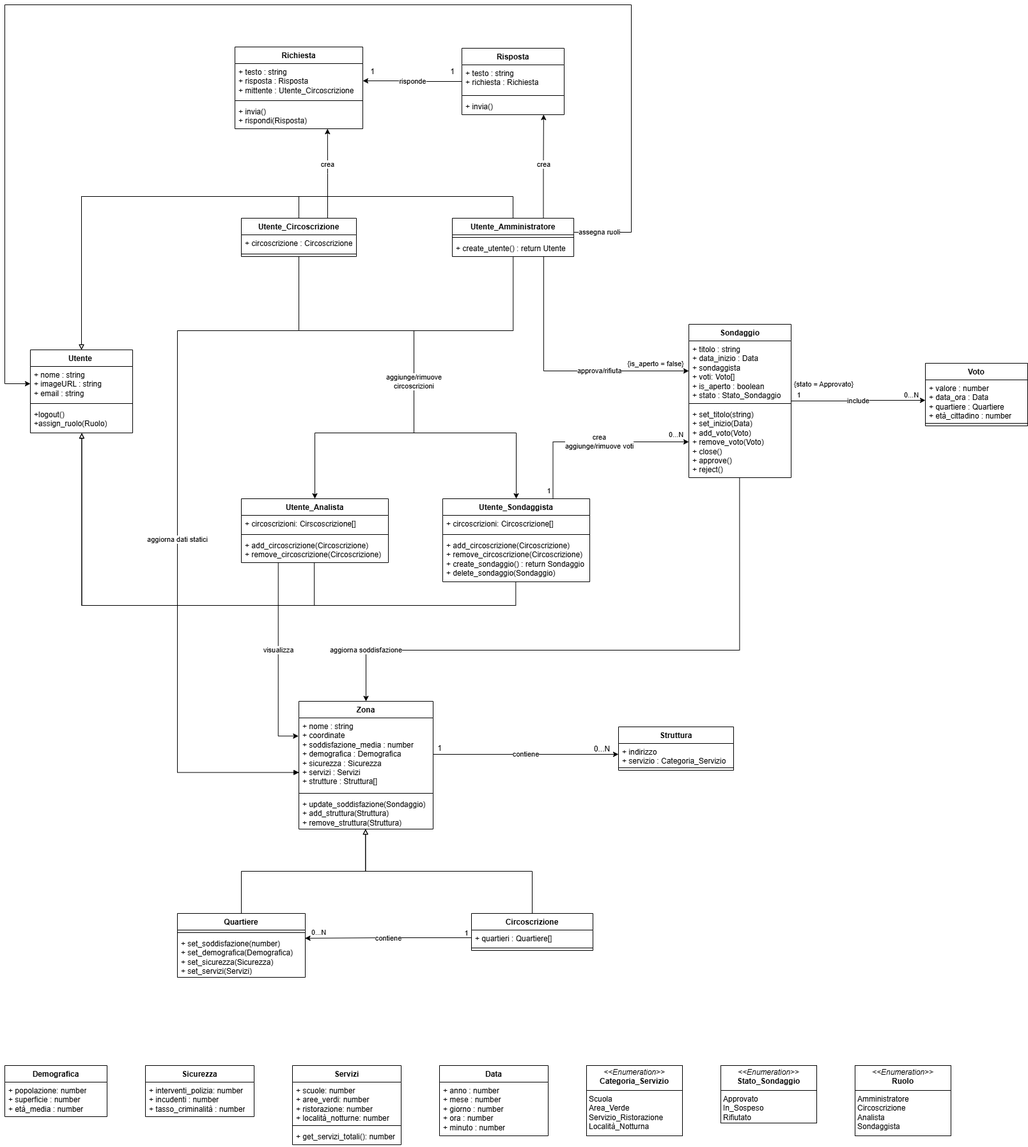
The draw.io diagram deliverable/images/ClassDiagram/ClassDiagram.drawio.png in lucafano04/progettoIngenieriaSoftware, before a commit. Source tidied: cells renumbered, new cells last; positions are measured from the earlier drawing's top-left corner, leaving out a move shared by most shapes.
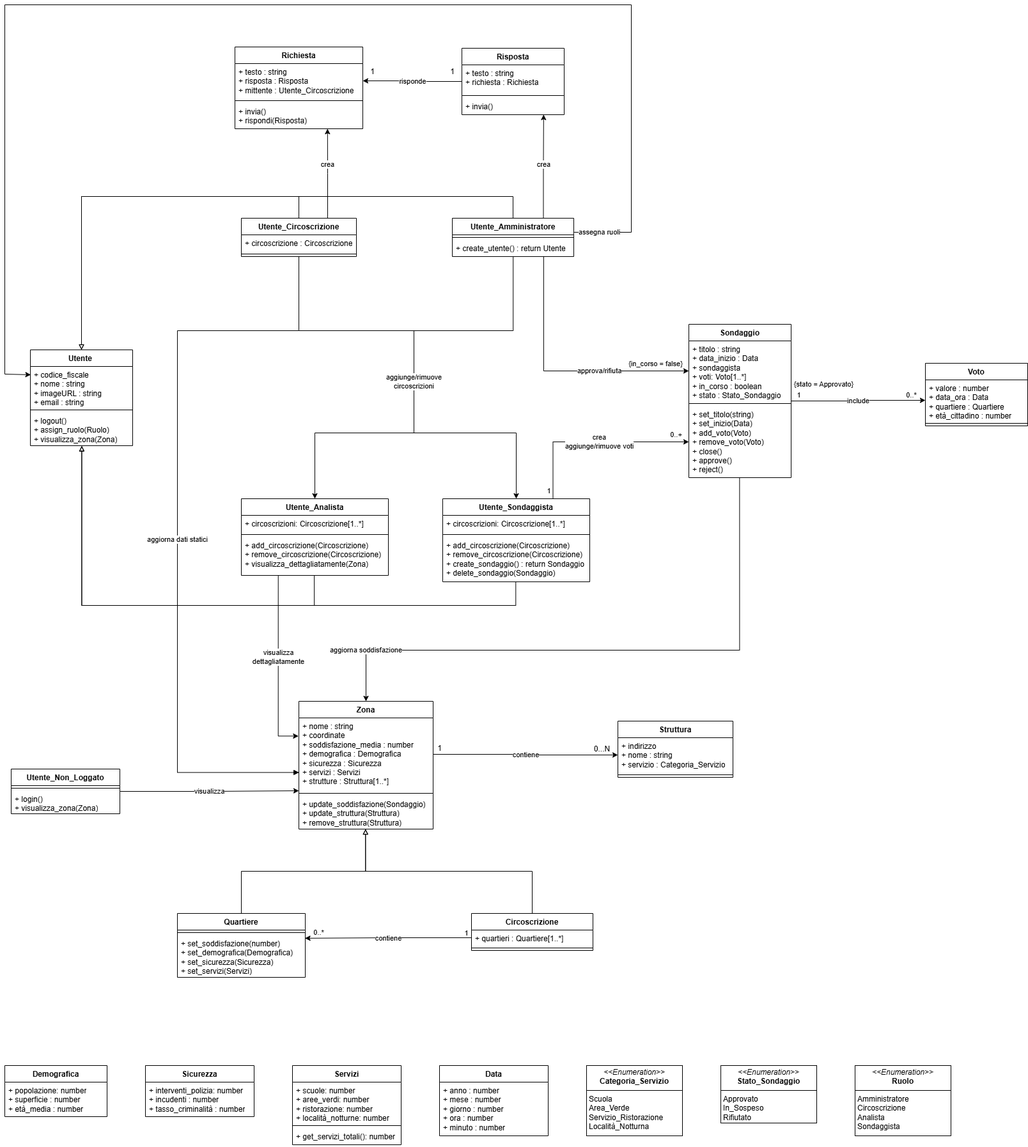
After the change.

Change to the diagram source:
```diff
@@ -27,21 +27,21 @@
       </mxGeometry>
     </mxCell>
     <mxCell id="5" value="Utente&amp;nbsp;" style="swimlane;fontStyle=1;align=center;verticalAlign=top;horizontal=1;startSize=26;whiteSpace=wrap;html=1;" parent="1" vertex="1">
-      <mxGeometry x="40" y="540" width="160" height="130" as="geometry" />
+      <mxGeometry x="40" y="540" width="160" height="150" as="geometry" />
     </mxCell>
-    <mxCell id="6" value="&lt;div&gt;+ nome : string&lt;/div&gt;+ imageURL : string&lt;div&gt;+ email : string&lt;/div&gt;" style="text;strokeColor=none;fillColor=none;align=left;verticalAlign=top;spacingLeft=4;spacingRight=4;overflow=hidden;points=[[0,0.5],[1,0.5]];portConstraint=eastwest;whiteSpace=wrap;html=1;" parent="5" vertex="1">
-      <mxGeometry y="26" width="160" height="54" as="geometry" />
+    <mxCell id="6" value="&lt;div&gt;+ codice_fiscale&lt;/div&gt;&lt;div&gt;+ nome : string&lt;/div&gt;+ imageURL : string&lt;div&gt;+ email : string&lt;/div&gt;" style="text;strokeColor=none;fillColor=none;align=left;verticalAlign=top;spacingLeft=4;spacingRight=4;overflow=hidden;points=[[0,0.5],[1,0.5]];portConstraint=eastwest;whiteSpace=wrap;html=1;" parent="5" vertex="1">
+      <mxGeometry y="26" width="160" height="64" as="geometry" />
     </mxCell>
     <mxCell id="7" style="line;strokeWidth=1;fillColor=none;align=left;verticalAlign=middle;spacingTop=-1;spacingLeft=3;spacingRight=3;labelPosition=right;strokeColor=inherit;" parent="5" vertex="1">
-      <mxGeometry y="80" width="160" height="8" as="geometry" />
+      <mxGeometry y="90" width="160" height="8" as="geometry" />
     </mxCell>
-    <mxCell id="8" value="+logout()&lt;div&gt;+assign_ruolo(Ruolo)&lt;/div&gt;" style="text;strokeColor=none;fillColor=none;align=left;verticalAlign=top;spacingLeft=4;spacingRight=4;overflow=hidden;points=[[0,0.5],[1,0.5]];portConstraint=eastwest;whiteSpace=wrap;html=1;" parent="5" vertex="1">
-      <mxGeometry y="88" width="160" height="42" as="geometry" />
+    <mxCell id="8" value="+ logout()&lt;div&gt;+ assign_ruolo(Ruolo)&lt;/div&gt;&lt;div&gt;+ visualizza_zona(Zona)&lt;/div&gt;" style="text;strokeColor=none;fillColor=none;align=left;verticalAlign=top;spacingLeft=4;spacingRight=4;overflow=hidden;points=[[0,0.5],[1,0.5]];portConstraint=eastwest;whiteSpace=wrap;html=1;" parent="5" vertex="1">
+      <mxGeometry y="98" width="160" height="52" as="geometry" />
     </mxCell>
     <mxCell id="9" value="include" style="edgeStyle=orthogonalEdgeStyle;rounded=0;jettySize=auto;html=1;entryX=0;entryY=0.5;entryDx=0;entryDy=0;" parent="1" edge="1" source="14" target="26">
       <mxGeometry relative="1" as="geometry" />
     </mxCell>
-    <mxCell id="10" value="0...N" style="edgeLabel;html=1;align=center;verticalAlign=middle;" parent="9" vertex="1">
+    <mxCell id="10" value="0..*" style="edgeLabel;html=1;align=center;verticalAlign=middle;" parent="9" vertex="1">
       <mxGeometry x="0.84" y="1" relative="1" as="geometry">
         <mxPoint x="-7" y="-8" as="offset" />
       </mxGeometry>
@@ -67,7 +67,7 @@
     <mxCell id="14" value="Sondaggio" style="swimlane;fontStyle=1;align=center;verticalAlign=top;horizontal=1;startSize=26;whiteSpace=wrap;html=1;" parent="1" vertex="1">
       <mxGeometry x="1070" y="500" width="160" height="240" as="geometry" />
     </mxCell>
-    <mxCell id="15" value="+ titolo : string&lt;div&gt;+ data_inizio : Data&lt;/div&gt;&lt;div&gt;+ sondaggista&lt;/div&gt;&lt;div&gt;+ voti: Voto[]&lt;/div&gt;&lt;div&gt;+ is_aperto : boolean&lt;/div&gt;&lt;div&gt;+ stato : Stato_Sondaggio&lt;/div&gt;" style="text;strokeColor=none;fillColor=none;align=left;verticalAlign=top;spacingLeft=4;spacingRight=4;overflow=hidden;points=[[0,0.5],[1,0.5]];portConstraint=eastwest;whiteSpace=wrap;html=1;" parent="14" vertex="1">
+    <mxCell id="15" value="+ titolo : string&lt;div&gt;+ data_inizio : Data&lt;/div&gt;&lt;div&gt;+ sondaggista&lt;/div&gt;&lt;div&gt;+ voti: Voto[1..*]&lt;/div&gt;&lt;div&gt;+ in_corso : boolean&lt;/div&gt;&lt;div&gt;+ stato : Stato_Sondaggio&lt;/div&gt;" style="text;strokeColor=none;fillColor=none;align=left;verticalAlign=top;spacingLeft=4;spacingRight=4;overflow=hidden;points=[[0,0.5],[1,0.5]];portConstraint=eastwest;whiteSpace=wrap;html=1;" parent="14" vertex="1">
       <mxGeometry y="26" width="160" height="94" as="geometry" />
     </mxCell>
     <mxCell id="16" style="line;strokeWidth=1;fillColor=none;align=left;verticalAlign=middle;spacingTop=-1;spacingLeft=3;spacingRight=3;labelPosition=right;strokeColor=inherit;" parent="14" vertex="1">
@@ -91,7 +91,7 @@
     <mxCell id="22" value="Circoscrizione" style="swimlane;fontStyle=1;align=center;verticalAlign=top;horizontal=1;startSize=26;whiteSpace=wrap;html=1;" parent="1" vertex="1">
       <mxGeometry x="730" y="1422" width="190" height="58" as="geometry" />
     </mxCell>
-    <mxCell id="23" value="&lt;div&gt;+ quartieri : Quartiere[]&lt;br&gt;&lt;div&gt;&lt;br&gt;&lt;/div&gt;&lt;/div&gt;" style="text;strokeColor=none;fillColor=none;align=left;verticalAlign=top;spacingLeft=4;spacingRight=4;overflow=hidden;points=[[0,0.5],[1,0.5]];portConstraint=eastwest;whiteSpace=wrap;html=1;" parent="22" vertex="1">
+    <mxCell id="23" value="&lt;div&gt;+ quartieri : Quartiere[1..*]&lt;br&gt;&lt;div&gt;&lt;br&gt;&lt;/div&gt;&lt;/div&gt;" style="text;strokeColor=none;fillColor=none;align=left;verticalAlign=top;spacingLeft=4;spacingRight=4;overflow=hidden;points=[[0,0.5],[1,0.5]];portConstraint=eastwest;whiteSpace=wrap;html=1;" parent="22" vertex="1">
       <mxGeometry y="26" width="190" height="24" as="geometry" />
     </mxCell>
     <mxCell id="24" style="line;strokeWidth=1;fillColor=none;align=left;verticalAlign=middle;spacingTop=-1;spacingLeft=3;spacingRight=3;labelPosition=right;strokeColor=inherit;" parent="22" vertex="1">
@@ -106,20 +106,20 @@
     <mxCell id="27" style="line;strokeWidth=1;fillColor=none;align=left;verticalAlign=middle;spacingTop=-1;spacingLeft=3;spacingRight=3;labelPosition=right;strokeColor=inherit;" parent="25" vertex="1">
       <mxGeometry y="90" width="160" height="8" as="geometry" />
     </mxCell>
-    <mxCell id="28" value="visualizza" style="edgeStyle=orthogonalEdgeStyle;rounded=0;jettySize=auto;html=1;entryX=-0.003;entryY=0.249;entryDx=0;entryDy=0;exitX=0.251;exitY=1.003;exitDx=0;exitDy=0;exitPerimeter=0;entryPerimeter=0;" parent="1" edge="1" source="32" target="62">
+    <mxCell id="28" value="visualizza&lt;div&gt;dettagliatamente&lt;/div&gt;" style="edgeStyle=orthogonalEdgeStyle;rounded=0;jettySize=auto;html=1;entryX=-0.003;entryY=0.249;entryDx=0;entryDy=0;exitX=0.251;exitY=1.003;exitDx=0;exitDy=0;exitPerimeter=0;entryPerimeter=0;" parent="1" edge="1" source="32" target="62">
       <mxGeometry x="-0.1" relative="1" as="geometry" />
     </mxCell>
     <mxCell id="29" value="Utente_Analista" style="swimlane;fontStyle=1;align=center;verticalAlign=top;horizontal=1;startSize=26;whiteSpace=wrap;html=1;" parent="1" vertex="1">
-      <mxGeometry x="370" y="773" width="230" height="100" as="geometry" />
+      <mxGeometry x="370" y="773" width="230" height="120" as="geometry" />
     </mxCell>
-    <mxCell id="30" value="+ circoscrizioni: Cirscoscrizione[]" style="text;strokeColor=none;fillColor=none;align=left;verticalAlign=top;spacingLeft=4;spacingRight=4;overflow=hidden;whiteSpace=wrap;html=1;" parent="29" vertex="1">
+    <mxCell id="30" value="+ circoscrizioni: Circoscrizione[1..*]" style="text;strokeColor=none;fillColor=none;align=left;verticalAlign=top;spacingLeft=4;spacingRight=4;overflow=hidden;whiteSpace=wrap;html=1;" parent="29" vertex="1">
       <mxGeometry y="26" width="230" height="26" as="geometry" />
     </mxCell>
     <mxCell id="31" style="line;strokeWidth=1;fillColor=none;align=left;verticalAlign=middle;spacingTop=-1;spacingLeft=3;spacingRight=3;labelPosition=right;strokeColor=inherit;" parent="29" vertex="1">
       <mxGeometry y="52" width="230" height="8" as="geometry" />
     </mxCell>
-    <mxCell id="32" value="+ add_circoscrizione(Circoscrizione)&lt;div&gt;+ remove_circoscrizione(Circoscrizione)&lt;/div&gt;" style="text;strokeColor=none;fillColor=none;align=left;verticalAlign=top;spacingLeft=4;spacingRight=4;overflow=hidden;points=[[0,0.5],[1,0.5]];portConstraint=eastwest;whiteSpace=wrap;html=1;" parent="29" vertex="1">
-      <mxGeometry y="60" width="230" height="40" as="geometry" />
+    <mxCell id="32" value="+ add_circoscrizione(Circoscrizione)&lt;div&gt;+ remove_circoscrizione(Circoscrizione)&lt;/div&gt;&lt;div&gt;+ visualizza_dettagliatamente(Zona)&lt;/div&gt;" style="text;strokeColor=none;fillColor=none;align=left;verticalAlign=top;spacingLeft=4;spacingRight=4;overflow=hidden;points=[[0,0.5],[1,0.5]];portConstraint=eastwest;whiteSpace=wrap;html=1;" parent="29" vertex="1">
+      <mxGeometry y="60" width="230" height="60" as="geometry" />
     </mxCell>
     <mxCell id="33" value="crea&lt;div&gt;aggiunge/rimuove voti&lt;/div&gt;" style="edgeStyle=orthogonalEdgeStyle;rounded=0;jettySize=auto;html=1;entryX=0;entryY=0.5;entryDx=0;entryDy=0;exitX=0.75;exitY=0;exitDx=0;exitDy=0;" parent="1" edge="1" source="36" target="17">
       <mxGeometry x="0.07" relative="1" as="geometry">
@@ -128,7 +128,7 @@
         </Array>
       </mxGeometry>
     </mxCell>
-    <mxCell id="34" value="0...N" style="edgeLabel;html=1;align=center;verticalAlign=middle;" parent="33" vertex="1">
+    <mxCell id="34" value="0..+" style="edgeLabel;html=1;align=center;verticalAlign=middle;" parent="33" vertex="1">
       <mxGeometry x="0.59" y="1" relative="1" as="geometry">
         <mxPoint x="42" y="-11" as="offset" />
       </mxGeometry>
@@ -141,7 +141,7 @@
     <mxCell id="36" value="Utente_Sondaggista" style="swimlane;fontStyle=1;align=center;verticalAlign=top;horizontal=1;startSize=26;whiteSpace=wrap;html=1;" parent="1" vertex="1">
       <mxGeometry x="685" y="773" width="230" height="130" as="geometry" />
     </mxCell>
-    <mxCell id="37" value="+ circoscrizioni: Circoscrizione[]" style="text;strokeColor=none;fillColor=none;align=left;verticalAlign=top;spacingLeft=4;spacingRight=4;overflow=hidden;whiteSpace=wrap;html=1;" parent="36" vertex="1">
+    <mxCell id="37" value="+ circoscrizioni: Circoscrizione[1..*]" style="text;strokeColor=none;fillColor=none;align=left;verticalAlign=top;spacingLeft=4;spacingRight=4;overflow=hidden;whiteSpace=wrap;html=1;" parent="36" vertex="1">
       <mxGeometry y="26" width="230" height="26" as="geometry" />
     </mxCell>
     <mxCell id="38" style="line;strokeWidth=1;fillColor=none;align=left;verticalAlign=middle;spacingTop=-1;spacingLeft=3;spacingRight=3;labelPosition=right;strokeColor=inherit;" parent="36" vertex="1">
@@ -158,7 +158,7 @@
         <mxPoint x="3" y="-6" as="offset" />
       </mxGeometry>
     </mxCell>
-    <mxCell id="42" value="0...N" style="edgeLabel;html=1;align=center;verticalAlign=middle;" parent="40" vertex="1">
+    <mxCell id="42" value="0..*" style="edgeLabel;html=1;align=center;verticalAlign=middle;" parent="40" vertex="1">
       <mxGeometry x="0.76" y="-1" relative="1" as="geometry">
         <mxPoint x="-11" y="-8" as="offset" />
       </mxGeometry>
@@ -202,7 +202,7 @@
         </Array>
       </mxGeometry>
     </mxCell>
-    <mxCell id="53" value="{is_aperto = false}" style="edgeLabel;html=1;align=center;verticalAlign=middle;" parent="52" vertex="1">
+    <mxCell id="53" value="{in_corso = false}" style="edgeLabel;html=1;align=center;verticalAlign=middle;" parent="52" vertex="1">
       <mxGeometry x="0.82" y="2" relative="1" as="geometry">
         <mxPoint x="-15" y="-10" as="offset" />
       </mxGeometry>
@@ -231,23 +231,23 @@
     <mxCell id="61" value="Zona" style="swimlane;fontStyle=1;align=center;verticalAlign=top;horizontal=1;startSize=26;whiteSpace=wrap;html=1;" parent="1" vertex="1">
       <mxGeometry x="460" y="1090" width="210" height="200" as="geometry" />
     </mxCell>
-    <mxCell id="62" value="+ nome : string&lt;div&gt;+ coordinate&lt;br&gt;&lt;div&gt;+ soddisfazione_media : number&lt;/div&gt;&lt;div&gt;+ demografica : Demografica&lt;/div&gt;&lt;div&gt;+ sicurezza : Sicurezza&lt;/div&gt;&lt;div&gt;+ servizi : Servizi&lt;/div&gt;&lt;/div&gt;&lt;div&gt;+ strutture : Struttura[]&lt;/div&gt;" style="text;strokeColor=none;fillColor=none;align=left;verticalAlign=top;spacingLeft=4;spacingRight=4;overflow=hidden;points=[[0,0.5],[1,0.5]];portConstraint=eastwest;whiteSpace=wrap;html=1;" parent="61" vertex="1">
+    <mxCell id="62" value="+ nome : string&lt;div&gt;+ coordinate&lt;br&gt;&lt;div&gt;+ soddisfazione_media : number&lt;/div&gt;&lt;div&gt;+ demografica : Demografica&lt;/div&gt;&lt;div&gt;+ sicurezza : Sicurezza&lt;/div&gt;&lt;div&gt;+ servizi : Servizi&lt;/div&gt;&lt;/div&gt;&lt;div&gt;+ strutture : Struttura&lt;span style=&quot;background-color: transparent; color: light-dark(rgb(0, 0, 0), rgb(255, 255, 255));&quot;&gt;[1..*]&lt;/span&gt;&lt;/div&gt;" style="text;strokeColor=none;fillColor=none;align=left;verticalAlign=top;spacingLeft=4;spacingRight=4;overflow=hidden;points=[[0,0.5],[1,0.5]];portConstraint=eastwest;whiteSpace=wrap;html=1;" parent="61" vertex="1">
       <mxGeometry y="26" width="210" height="114" as="geometry" />
     </mxCell>
     <mxCell id="63" style="line;strokeWidth=1;fillColor=none;align=left;verticalAlign=middle;spacingTop=-1;spacingLeft=3;spacingRight=3;labelPosition=right;strokeColor=inherit;" parent="61" vertex="1">
       <mxGeometry y="140" width="210" height="8" as="geometry" />
     </mxCell>
-    <mxCell id="64" value="+ update_soddisfazione(Sondaggio)&lt;div&gt;+ add_struttura(Struttura)&lt;/div&gt;&lt;div&gt;+ remove_struttura(Struttura)&lt;/div&gt;" style="text;strokeColor=none;fillColor=none;align=left;verticalAlign=top;spacingLeft=4;spacingRight=4;overflow=hidden;points=[[0,0.5],[1,0.5]];portConstraint=eastwest;whiteSpace=wrap;html=1;" parent="61" vertex="1">
+    <mxCell id="64" value="+ update_soddisfazione(Sondaggio)&lt;div&gt;+ update_struttura(Struttura)&lt;/div&gt;&lt;div&gt;+ remove_struttura(Struttura)&lt;/div&gt;" style="text;strokeColor=none;fillColor=none;align=left;verticalAlign=top;spacingLeft=4;spacingRight=4;overflow=hidden;points=[[0,0.5],[1,0.5]];portConstraint=eastwest;whiteSpace=wrap;html=1;" parent="61" vertex="1">
       <mxGeometry y="148" width="210" height="52" as="geometry" />
     </mxCell>
     <mxCell id="65" value="Struttura" style="swimlane;fontStyle=1;align=center;verticalAlign=top;horizontal=1;startSize=26;whiteSpace=wrap;html=1;" parent="1" vertex="1">
-      <mxGeometry x="960" y="1130" width="180" height="68" as="geometry" />
+      <mxGeometry x="959" y="1121" width="180" height="88" as="geometry" />
     </mxCell>
-    <mxCell id="66" value="+ indirizzo&amp;nbsp;&lt;div&gt;+ servizio : Categoria_Servizio&lt;/div&gt;" style="text;strokeColor=none;fillColor=none;align=left;verticalAlign=top;spacingLeft=4;spacingRight=4;overflow=hidden;points=[[0,0.5],[1,0.5]];portConstraint=eastwest;whiteSpace=wrap;html=1;" parent="65" vertex="1">
-      <mxGeometry y="26" width="180" height="34" as="geometry" />
+    <mxCell id="66" value="+ indirizzo&lt;div&gt;+ nome : string&amp;nbsp;&lt;div&gt;+ servizio : Categoria_Servizio&lt;/div&gt;&lt;/div&gt;" style="text;strokeColor=none;fillColor=none;align=left;verticalAlign=top;spacingLeft=4;spacingRight=4;overflow=hidden;points=[[0,0.5],[1,0.5]];portConstraint=eastwest;whiteSpace=wrap;html=1;" parent="65" vertex="1">
+      <mxGeometry y="26" width="180" height="54" as="geometry" />
     </mxCell>
     <mxCell id="67" style="line;strokeWidth=1;fillColor=none;align=left;verticalAlign=middle;spacingTop=-1;spacingLeft=3;spacingRight=3;labelPosition=right;strokeColor=inherit;" parent="65" vertex="1">
-      <mxGeometry y="60" width="180" height="8" as="geometry" />
+      <mxGeometry y="80" width="180" height="8" as="geometry" />
     </mxCell>
     <mxCell id="68" value="&lt;p style=&quot;margin:0px;margin-top:4px;text-align:center;&quot;&gt;&lt;i&gt;&amp;lt;&amp;lt;Enumeration&amp;gt;&amp;gt;&lt;/i&gt;&lt;br&gt;&lt;b&gt;Categoria_Servizio&lt;/b&gt;&lt;/p&gt;&lt;hr size=&quot;1&quot; style=&quot;border-style:solid;&quot;&gt;&lt;p style=&quot;margin:0px;margin-left:4px;&quot;&gt;Scuola&lt;/p&gt;&lt;p style=&quot;margin:0px;margin-left:4px;&quot;&gt;Area_Verde&lt;/p&gt;&lt;p style=&quot;margin:0px;margin-left:4px;&quot;&gt;Servizio_Ristorazione&lt;/p&gt;&lt;p style=&quot;margin:0px;margin-left:4px;&quot;&gt;Località_Notturna&lt;/p&gt;&lt;p style=&quot;margin:0px;margin-left:4px;&quot;&gt;&lt;br&gt;&lt;/p&gt;" style="verticalAlign=top;align=left;overflow=fill;html=1;whiteSpace=wrap;" parent="1" vertex="1">
       <mxGeometry x="910" y="1660" width="150" height="110" as="geometry" />
@@ -305,14 +305,15 @@
         </Array>
       </mxGeometry>
     </mxCell>
-    <mxCell id="85" value="assegna ruoli" style="edgeStyle=orthogonalEdgeStyle;rounded=0;jettySize=auto;html=1;entryX=0;entryY=0.5;entryDx=0;entryDy=0;exitX=1;exitY=0.25;exitDx=0;exitDy=0;" parent="1" edge="1" source="54" target="6">
+    <mxCell id="85" value="assegna ruoli" style="edgeStyle=orthogonalEdgeStyle;rounded=0;jettySize=auto;html=1;entryX=0.004;entryY=0.203;entryDx=0;entryDy=0;exitX=1;exitY=0.25;exitDx=0;exitDy=0;entryPerimeter=0;" parent="1" edge="1" source="54" target="6">
       <mxGeometry x="-0.95" relative="1" as="geometry">
         <Array as="points">
           <mxPoint x="890" y="356" />
           <mxPoint x="980" y="356" />
           <mxPoint x="980" />
           <mxPoint />
-          <mxPoint y="593" />
+          <mxPoint y="578" />
+          <mxPoint x="41" y="578" />
         </Array>
       </mxGeometry>
     </mxCell>
@@ -354,5 +355,22 @@
     <mxCell id="93" value="&lt;p style=&quot;margin:0px;margin-top:4px;text-align:center;&quot;&gt;&lt;i&gt;&amp;lt;&amp;lt;Enumeration&amp;gt;&amp;gt;&lt;/i&gt;&lt;br&gt;&lt;b&gt;Ruolo&lt;/b&gt;&lt;/p&gt;&lt;hr size=&quot;1&quot; style=&quot;border-style:solid;&quot;&gt;&lt;p style=&quot;margin:0px;margin-left:4px;&quot;&gt;Amministratore&lt;/p&gt;&lt;p style=&quot;margin:0px;margin-left:4px;&quot;&gt;Circoscrizione&lt;/p&gt;&lt;p style=&quot;margin:0px;margin-left:4px;&quot;&gt;Analista&lt;/p&gt;&lt;p style=&quot;margin:0px;margin-left:4px;&quot;&gt;Sondaggista&lt;/p&gt;" style="verticalAlign=top;align=left;overflow=fill;html=1;whiteSpace=wrap;" parent="1" vertex="1">
       <mxGeometry x="1330" y="1660" width="150" height="110" as="geometry" />
     </mxCell>
+    <mxCell id="94" value="visualizza" style="edgeStyle=orthogonalEdgeStyle;rounded=0;jettySize=auto;html=1;" parent="1" edge="1" source="95">
+      <mxGeometry relative="1" as="geometry">
+        <mxPoint x="460" y="1230" as="targetPoint" />
+      </mxGeometry>
+    </mxCell>
+    <mxCell id="95" value="Utente_Non_Loggato" style="swimlane;fontStyle=1;align=center;verticalAlign=top;horizontal=1;startSize=26;whiteSpace=wrap;html=1;" parent="1" vertex="1">
+      <mxGeometry x="10" y="1196" width="170" height="70" as="geometry" />
+    </mxCell>
+    <mxCell id="96" style="line;strokeWidth=1;fillColor=none;align=left;verticalAlign=middle;spacingTop=-1;spacingLeft=3;spacingRight=3;labelPosition=right;strokeColor=inherit;" parent="95" vertex="1">
+      <mxGeometry y="26" width="170" height="8" as="geometry" />
+    </mxCell>
+    <mxCell id="97" value="+ login()&lt;div&gt;+ visualizza_zona(Zona)&lt;/div&gt;" style="text;strokeColor=none;fillColor=none;align=left;verticalAlign=top;spacingLeft=4;spacingRight=4;overflow=hidden;points=[[0,0.5],[1,0.5]];portConstraint=eastwest;whiteSpace=wrap;html=1;" parent="95" vertex="1">
+      <mxGeometry y="34" width="170" height="36" as="geometry" />
+    </mxCell>
+    <mxCell id="98" style="edgeStyle=orthogonalEdgeStyle;rounded=0;orthogonalLoop=1;jettySize=auto;html=1;exitX=1;exitY=0.5;exitDx=0;exitDy=0;" parent="95" edge="1" source="97" target="97">
+      <mxGeometry relative="1" as="geometry" />
+    </mxCell>
   </root>
 </mxGraphModel>
```
